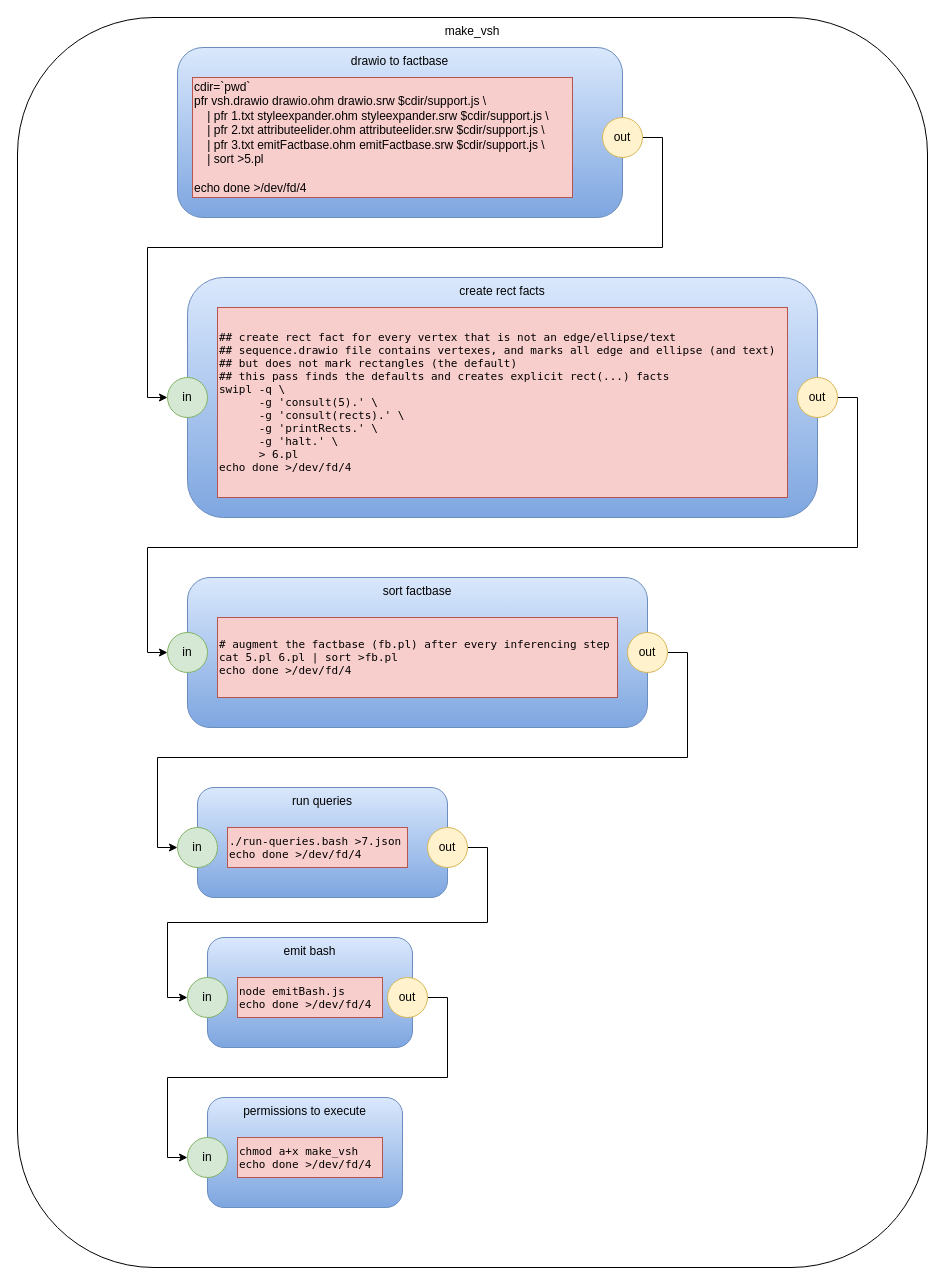
The draw.io diagram vsh.drawio in guitarvydas/vsh, before the edit. Source tidied: cells renumbered, new cells numbered last; positions are measured from the earlier drawing's top-left corner, leaving out a move shared by most shapes. Both pictures are drawn from the tidied source at 100%, with x=0, y=0 at pixel (17, 17).
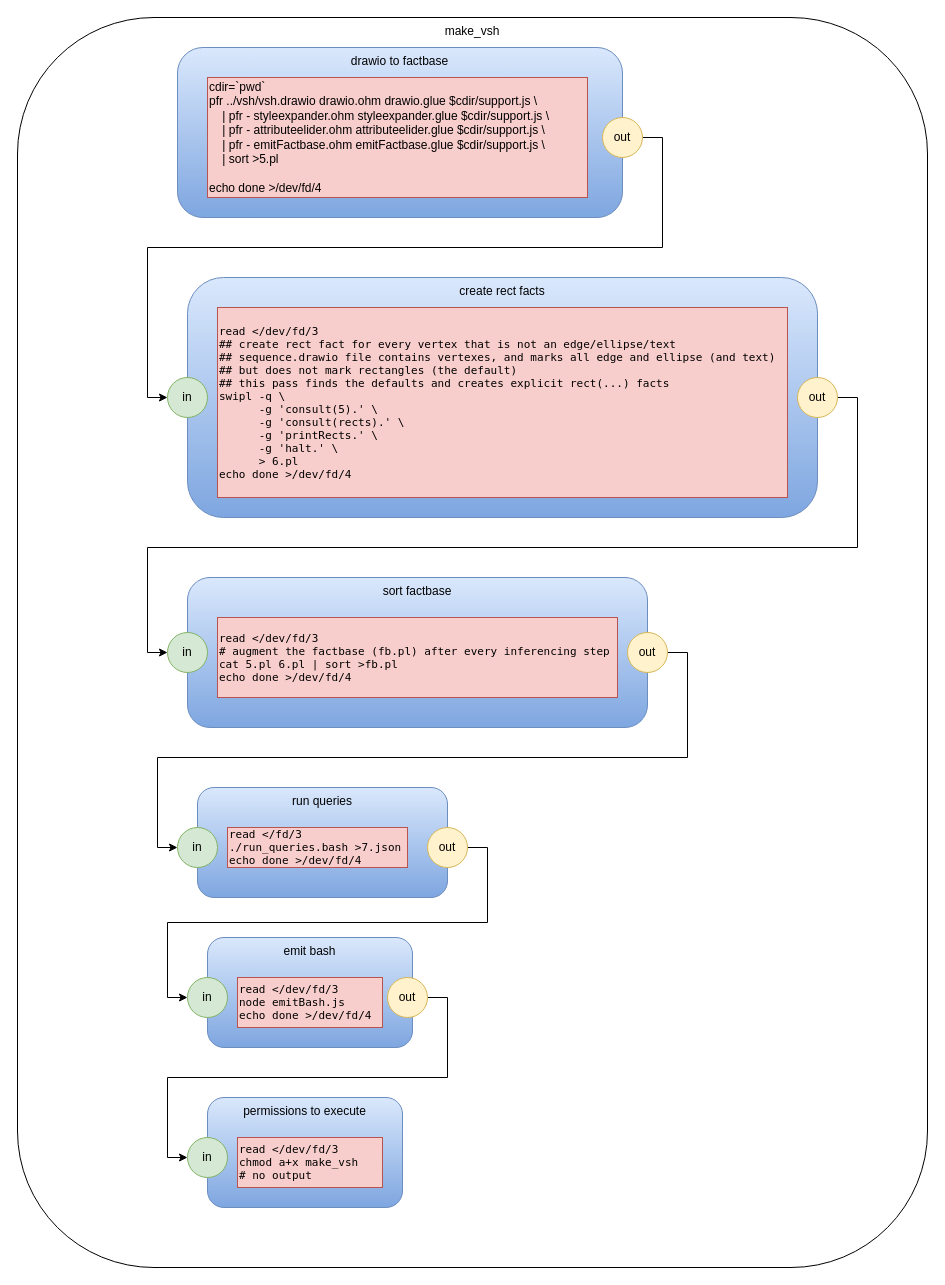
After the change.

Diff of the diagram source:
```diff
@@
-    <mxCell id="4" value="&lt;div&gt;cdir=`pwd`&lt;/div&gt;&lt;div&gt;pfr vsh.drawio drawio.ohm drawio.srw $cdir/support.js \&lt;/div&gt;&lt;div&gt;&amp;nbsp; &amp;nbsp; | pfr 1.txt styleexpander.ohm styleexpander.srw $cdir/support.js \&lt;/div&gt;&lt;div&gt;&amp;nbsp; &amp;nbsp; | pfr 2.txt attributeelider.ohm attributeelider.srw $cdir/support.js \&lt;/div&gt;&lt;div&gt;&amp;nbsp; &amp;nbsp; | pfr 3.txt emitFactbase.ohm emitFactbase.srw $cdir/support.js \&lt;/div&gt;&lt;div&gt;&amp;nbsp; &amp;nbsp; | sort &amp;gt;5.pl&lt;/div&gt;&lt;div&gt;&lt;br&gt;&lt;/div&gt;echo done &amp;gt;/dev/fd/4" style="rounded=0;whiteSpace=wrap;html=1;fillColor=#f8cecc;strokeColor=#b85450;align=left;" parent="1" vertex="1">
-      <mxGeometry x="175" y="60" width="380" height="120" as="geometry" />
+    <mxCell id="4" value="&lt;div&gt;cdir=`pwd`&lt;/div&gt;&lt;div&gt;pfr ../vsh/vsh.drawio drawio.ohm drawio.glue $cdir/support.js \&lt;/div&gt;&lt;div&gt;&amp;nbsp; &amp;nbsp; | pfr - styleexpander.ohm styleexpander.glue $cdir/support.js \&lt;/div&gt;&lt;div&gt;&amp;nbsp; &amp;nbsp; | pfr - attributeelider.ohm attributeelider.glue $cdir/support.js \&lt;/div&gt;&lt;div&gt;&amp;nbsp; &amp;nbsp; | pfr - emitFactbase.ohm emitFactbase.glue $cdir/support.js \&lt;/div&gt;&lt;div&gt;&amp;nbsp; &amp;nbsp; | sort &amp;gt;5.pl&lt;/div&gt;&lt;div&gt;&lt;br&gt;&lt;/div&gt;echo done &amp;gt;/dev/fd/4" style="rounded=0;whiteSpace=wrap;html=1;fillColor=#f8cecc;strokeColor=#b85450;align=left;" parent="1" vertex="1">
+      <mxGeometry x="190" y="60" width="380" height="120" as="geometry" />
     </mxCell>
@@
-    <mxCell id="11" value="&lt;p class=&quot;p1&quot; style=&quot;margin: 0px ; font-stretch: normal ; font-size: 11px ; line-height: normal ; font-family: &amp;#34;menlo&amp;#34;&quot;&gt;&lt;span class=&quot;s1&quot;&gt;## create rect fact for every vertex that is not an edge/ellipse/text&lt;/span&gt;&lt;/p&gt;&lt;p class=&quot;p1&quot; style=&quot;margin: 0px ; font-stretch: normal ; font-size: 11px ; line-height: normal ; font-family: &amp;#34;menlo&amp;#34;&quot;&gt;&lt;span class=&quot;s1&quot;&gt;## sequence.drawio file contains vertexes, and marks all edge and ellipse (and text)&lt;/span&gt;&lt;/p&gt;&lt;p class=&quot;p1&quot; style=&quot;margin: 0px ; font-stretch: normal ; font-size: 11px ; line-height: normal ; font-family: &amp;#34;menlo&amp;#34;&quot;&gt;&lt;span class=&quot;s1&quot;&gt;## but does not mark rectangles (the default)&lt;/span&gt;&lt;/p&gt;&lt;p class=&quot;p1&quot; style=&quot;margin: 0px ; font-stretch: normal ; font-size: 11px ; line-height: normal ; font-family: &amp;#34;menlo&amp;#34;&quot;&gt;&lt;span class=&quot;s1&quot;&gt;## this pass finds the defaults and creates explicit rect(...) facts&lt;/span&gt;&lt;/p&gt;&lt;p class=&quot;p1&quot; style=&quot;margin: 0px ; font-stretch: normal ; font-size: 11px ; line-height: normal ; font-family: &amp;#34;menlo&amp;#34;&quot;&gt;&lt;span class=&quot;s1&quot;&gt;swipl -q \&lt;/span&gt;&lt;/p&gt;&lt;p class=&quot;p1&quot; style=&quot;margin: 0px ; font-stretch: normal ; font-size: 11px ; line-height: normal ; font-family: &amp;#34;menlo&amp;#34;&quot;&gt;&lt;span class=&quot;s1&quot;&gt;&lt;span class=&quot;Apple-converted-space&quot;&gt;&amp;nbsp; &amp;nbsp; &amp;nbsp; &lt;/span&gt;-g 'consult(5).' \&lt;/span&gt;&lt;/p&gt;&lt;p class=&quot;p1&quot; style=&quot;margin: 0px ; font-stretch: normal ; font-size: 11px ; line-height: normal ; font-family: &amp;#34;menlo&amp;#34;&quot;&gt;&lt;span class=&quot;s1&quot;&gt;&lt;span class=&quot;Apple-converted-space&quot;&gt;&amp;nbsp; &amp;nbsp; &amp;nbsp; &lt;/span&gt;-g 'consult(rects).' \&lt;/span&gt;&lt;/p&gt;&lt;p class=&quot;p1&quot; style=&quot;margin: 0px ; font-stretch: normal ; font-size: 11px ; line-height: normal ; font-family: &amp;#34;menlo&amp;#34;&quot;&gt;&lt;span class=&quot;s1&quot;&gt;&lt;span class=&quot;Apple-converted-space&quot;&gt;&amp;nbsp; &amp;nbsp; &amp;nbsp; &lt;/span&gt;-g 'printRects.' \&lt;/span&gt;&lt;/p&gt;&lt;p class=&quot;p1&quot; style=&quot;margin: 0px ; font-stretch: normal ; font-size: 11px ; line-height: normal ; font-family: &amp;#34;menlo&amp;#34;&quot;&gt;&lt;span class=&quot;s1&quot;&gt;&lt;span class=&quot;Apple-converted-space&quot;&gt;&amp;nbsp; &amp;nbsp; &amp;nbsp; &lt;/span&gt;-g 'halt.' \&lt;/span&gt;&lt;/p&gt;&lt;p class=&quot;p1&quot; style=&quot;margin: 0px ; font-stretch: normal ; font-size: 11px ; line-height: normal ; font-family: &amp;#34;menlo&amp;#34;&quot;&gt;&lt;span class=&quot;s1&quot;&gt;&lt;span class=&quot;Apple-converted-space&quot;&gt;&amp;nbsp; &amp;nbsp; &amp;nbsp; &lt;/span&gt;&amp;gt; 6.pl&lt;/span&gt;&lt;/p&gt;&lt;p class=&quot;p2&quot; style=&quot;margin: 0px ; font-stretch: normal ; font-size: 11px ; line-height: normal ; font-family: &amp;#34;menlo&amp;#34; ; min-height: 13px&quot;&gt;&lt;span class=&quot;s1&quot;&gt;&lt;/span&gt;echo done &amp;gt;/dev/fd/4&lt;/p&gt;" style="rounded=0;whiteSpace=wrap;html=1;fillColor=#f8cecc;strokeColor=#b85450;align=left;" parent="1" vertex="1">
+    <mxCell id="11" value="&lt;p class=&quot;p1&quot; style=&quot;margin: 0px ; font-stretch: normal ; font-size: 11px ; line-height: normal ; font-family: &amp;#34;menlo&amp;#34;&quot;&gt;&lt;span class=&quot;s1&quot;&gt;read &amp;lt;/dev/fd/3&lt;/span&gt;&lt;/p&gt;&lt;p class=&quot;p1&quot; style=&quot;margin: 0px ; font-stretch: normal ; font-size: 11px ; line-height: normal ; font-family: &amp;#34;menlo&amp;#34;&quot;&gt;&lt;span class=&quot;s1&quot;&gt;## create rect fact for every vertex that is not an edge/ellipse/text&lt;/span&gt;&lt;/p&gt;&lt;p class=&quot;p1&quot; style=&quot;margin: 0px ; font-stretch: normal ; font-size: 11px ; line-height: normal ; font-family: &amp;#34;menlo&amp;#34;&quot;&gt;&lt;span class=&quot;s1&quot;&gt;## sequence.drawio file contains vertexes, and marks all edge and ellipse (and text)&lt;/span&gt;&lt;/p&gt;&lt;p class=&quot;p1&quot; style=&quot;margin: 0px ; font-stretch: normal ; font-size: 11px ; line-height: normal ; font-family: &amp;#34;menlo&amp;#34;&quot;&gt;&lt;span class=&quot;s1&quot;&gt;## but does not mark rectangles (the default)&lt;/span&gt;&lt;/p&gt;&lt;p class=&quot;p1&quot; style=&quot;margin: 0px ; font-stretch: normal ; font-size: 11px ; line-height: normal ; font-family: &amp;#34;menlo&amp;#34;&quot;&gt;&lt;span class=&quot;s1&quot;&gt;## this pass finds the defaults and creates explicit rect(...) facts&lt;/span&gt;&lt;/p&gt;&lt;p class=&quot;p1&quot; style=&quot;margin: 0px ; font-stretch: normal ; font-size: 11px ; line-height: normal ; font-family: &amp;#34;menlo&amp;#34;&quot;&gt;&lt;span class=&quot;s1&quot;&gt;swipl -q \&lt;/span&gt;&lt;/p&gt;&lt;p class=&quot;p1&quot; style=&quot;margin: 0px ; font-stretch: normal ; font-size: 11px ; line-height: normal ; font-family: &amp;#34;menlo&amp;#34;&quot;&gt;&lt;span class=&quot;s1&quot;&gt;&lt;span class=&quot;Apple-converted-space&quot;&gt;&amp;nbsp; &amp;nbsp; &amp;nbsp; &lt;/span&gt;-g 'consult(5).' \&lt;/span&gt;&lt;/p&gt;&lt;p class=&quot;p1&quot; style=&quot;margin: 0px ; font-stretch: normal ; font-size: 11px ; line-height: normal ; font-family: &amp;#34;menlo&amp;#34;&quot;&gt;&lt;span class=&quot;s1&quot;&gt;&lt;span class=&quot;Apple-converted-space&quot;&gt;&amp;nbsp; &amp;nbsp; &amp;nbsp; &lt;/span&gt;-g 'consult(rects).' \&lt;/span&gt;&lt;/p&gt;&lt;p class=&quot;p1&quot; style=&quot;margin: 0px ; font-stretch: normal ; font-size: 11px ; line-height: normal ; font-family: &amp;#34;menlo&amp;#34;&quot;&gt;&lt;span class=&quot;s1&quot;&gt;&lt;span class=&quot;Apple-converted-space&quot;&gt;&amp;nbsp; &amp;nbsp; &amp;nbsp; &lt;/span&gt;-g 'printRects.' \&lt;/span&gt;&lt;/p&gt;&lt;p class=&quot;p1&quot; style=&quot;margin: 0px ; font-stretch: normal ; font-size: 11px ; line-height: normal ; font-family: &amp;#34;menlo&amp;#34;&quot;&gt;&lt;span class=&quot;s1&quot;&gt;&lt;span class=&quot;Apple-converted-space&quot;&gt;&amp;nbsp; &amp;nbsp; &amp;nbsp; &lt;/span&gt;-g 'halt.' \&lt;/span&gt;&lt;/p&gt;&lt;p class=&quot;p1&quot; style=&quot;margin: 0px ; font-stretch: normal ; font-size: 11px ; line-height: normal ; font-family: &amp;#34;menlo&amp;#34;&quot;&gt;&lt;span class=&quot;s1&quot;&gt;&lt;span class=&quot;Apple-converted-space&quot;&gt;&amp;nbsp; &amp;nbsp; &amp;nbsp; &lt;/span&gt;&amp;gt; 6.pl&lt;/span&gt;&lt;/p&gt;&lt;p class=&quot;p2&quot; style=&quot;margin: 0px ; font-stretch: normal ; font-size: 11px ; line-height: normal ; font-family: &amp;#34;menlo&amp;#34; ; min-height: 13px&quot;&gt;&lt;span class=&quot;s1&quot;&gt;&lt;/span&gt;echo done &amp;gt;/dev/fd/4&lt;/p&gt;" style="rounded=0;whiteSpace=wrap;html=1;fillColor=#f8cecc;strokeColor=#b85450;align=left;" parent="1" vertex="1">
       <mxGeometry x="200" y="290" width="570" height="190" as="geometry" />
     </mxCell>
@@
-    <mxCell id="16" value="&lt;p class=&quot;p1&quot; style=&quot;margin: 0px ; font-stretch: normal ; font-size: 11px ; line-height: normal ; font-family: &amp;#34;menlo&amp;#34;&quot;&gt;&lt;span class=&quot;s1&quot;&gt;# augment the factbase (fb.pl) after every inferencing step&lt;/span&gt;&lt;/p&gt;&lt;p class=&quot;p1&quot; style=&quot;margin: 0px ; font-stretch: normal ; font-size: 11px ; line-height: normal ; font-family: &amp;#34;menlo&amp;#34;&quot;&gt;&lt;span class=&quot;s1&quot;&gt;cat 5.pl 6.pl | sort &amp;gt;fb.pl&lt;/span&gt;&lt;/p&gt;&lt;p class=&quot;p2&quot; style=&quot;margin: 0px ; font-stretch: normal ; font-size: 11px ; line-height: normal ; font-family: &amp;#34;menlo&amp;#34; ; min-height: 13px&quot;&gt;&lt;span class=&quot;s1&quot;&gt;&lt;/span&gt;echo done &amp;gt;/dev/fd/4&lt;br&gt;&lt;/p&gt;" style="rounded=0;whiteSpace=wrap;html=1;fillColor=#f8cecc;strokeColor=#b85450;align=left;" parent="1" vertex="1">
+    <mxCell id="16" value="&lt;p class=&quot;p1&quot; style=&quot;margin: 0px ; font-stretch: normal ; font-size: 11px ; line-height: normal ; font-family: &amp;#34;menlo&amp;#34;&quot;&gt;&lt;span class=&quot;s1&quot;&gt;read &amp;lt;/dev/fd/3&lt;/span&gt;&lt;/p&gt;&lt;p class=&quot;p1&quot; style=&quot;margin: 0px ; font-stretch: normal ; font-size: 11px ; line-height: normal ; font-family: &amp;#34;menlo&amp;#34;&quot;&gt;&lt;span class=&quot;s1&quot;&gt;# augment the factbase (fb.pl) after every inferencing step&lt;/span&gt;&lt;/p&gt;&lt;p class=&quot;p1&quot; style=&quot;margin: 0px ; font-stretch: normal ; font-size: 11px ; line-height: normal ; font-family: &amp;#34;menlo&amp;#34;&quot;&gt;&lt;span class=&quot;s1&quot;&gt;cat 5.pl 6.pl | sort &amp;gt;fb.pl&lt;/span&gt;&lt;/p&gt;&lt;p class=&quot;p2&quot; style=&quot;margin: 0px ; font-stretch: normal ; font-size: 11px ; line-height: normal ; font-family: &amp;#34;menlo&amp;#34; ; min-height: 13px&quot;&gt;&lt;span class=&quot;s1&quot;&gt;&lt;/span&gt;echo done &amp;gt;/dev/fd/4&lt;br&gt;&lt;/p&gt;" style="rounded=0;whiteSpace=wrap;html=1;fillColor=#f8cecc;strokeColor=#b85450;align=left;" parent="1" vertex="1">
       <mxGeometry x="200" y="600" width="400" height="80" as="geometry" />
     </mxCell>
@@
-    <mxCell id="21" value="&lt;p class=&quot;p1&quot; style=&quot;margin: 0px ; font-stretch: normal ; font-size: 11px ; line-height: normal ; font-family: &amp;#34;menlo&amp;#34;&quot;&gt;&lt;span class=&quot;s1&quot;&gt;./run-queries.bash &amp;gt;7.json&lt;/span&gt;&lt;/p&gt;&lt;p class=&quot;p1&quot; style=&quot;margin: 0px ; font-stretch: normal ; font-size: 11px ; line-height: normal ; font-family: &amp;#34;menlo&amp;#34;&quot;&gt;&lt;span class=&quot;s1&quot;&gt;echo done &amp;gt;/dev/fd/4&lt;br&gt;&lt;/span&gt;&lt;/p&gt;" style="rounded=0;whiteSpace=wrap;html=1;fillColor=#f8cecc;strokeColor=#b85450;align=left;" parent="1" vertex="1">
+    <mxCell id="21" value="&lt;p class=&quot;p1&quot; style=&quot;margin: 0px ; font-stretch: normal ; font-size: 11px ; line-height: normal ; font-family: &amp;#34;menlo&amp;#34;&quot;&gt;&lt;span class=&quot;s1&quot;&gt;read &amp;lt;/fd/3&lt;/span&gt;&lt;/p&gt;&lt;p class=&quot;p1&quot; style=&quot;margin: 0px ; font-stretch: normal ; font-size: 11px ; line-height: normal ; font-family: &amp;#34;menlo&amp;#34;&quot;&gt;&lt;span class=&quot;s1&quot;&gt;./run_queries.bash &amp;gt;7.json&lt;/span&gt;&lt;/p&gt;&lt;p class=&quot;p1&quot; style=&quot;margin: 0px ; font-stretch: normal ; font-size: 11px ; line-height: normal ; font-family: &amp;#34;menlo&amp;#34;&quot;&gt;&lt;span class=&quot;s1&quot;&gt;echo done &amp;gt;/dev/fd/4&lt;br&gt;&lt;/span&gt;&lt;/p&gt;" style="rounded=0;whiteSpace=wrap;html=1;fillColor=#f8cecc;strokeColor=#b85450;align=left;" parent="1" vertex="1">
       <mxGeometry x="210" y="810" width="180" height="40" as="geometry" />
     </mxCell>
@@
-    <mxCell id="26" value="&lt;p class=&quot;p1&quot; style=&quot;margin: 0px ; font-stretch: normal ; font-size: 11px ; line-height: normal ; font-family: &amp;#34;menlo&amp;#34;&quot;&gt;&lt;span class=&quot;s1&quot;&gt;node emitBash.js&lt;/span&gt;&lt;/p&gt;&lt;p class=&quot;p1&quot; style=&quot;margin: 0px ; font-stretch: normal ; font-size: 11px ; line-height: normal ; font-family: &amp;#34;menlo&amp;#34;&quot;&gt;&lt;span class=&quot;s1&quot;&gt;echo done &amp;gt;/dev/fd/4&lt;br&gt;&lt;/span&gt;&lt;/p&gt;" style="rounded=0;whiteSpace=wrap;html=1;fillColor=#f8cecc;strokeColor=#b85450;align=left;" parent="1" vertex="1">
-      <mxGeometry x="220" y="960" width="145" height="40" as="geometry" />
+    <mxCell id="26" value="&lt;p class=&quot;p1&quot; style=&quot;margin: 0px ; font-stretch: normal ; font-size: 11px ; line-height: normal ; font-family: &amp;#34;menlo&amp;#34;&quot;&gt;&lt;span class=&quot;s1&quot;&gt;read &amp;lt;/dev/fd/3&lt;/span&gt;&lt;/p&gt;&lt;p class=&quot;p1&quot; style=&quot;margin: 0px ; font-stretch: normal ; font-size: 11px ; line-height: normal ; font-family: &amp;#34;menlo&amp;#34;&quot;&gt;&lt;span class=&quot;s1&quot;&gt;node emitBash.js&lt;/span&gt;&lt;/p&gt;&lt;p class=&quot;p1&quot; style=&quot;margin: 0px ; font-stretch: normal ; font-size: 11px ; line-height: normal ; font-family: &amp;#34;menlo&amp;#34;&quot;&gt;&lt;span class=&quot;s1&quot;&gt;echo done &amp;gt;/dev/fd/4&lt;br&gt;&lt;/span&gt;&lt;/p&gt;" style="rounded=0;whiteSpace=wrap;html=1;fillColor=#f8cecc;strokeColor=#b85450;align=left;" parent="1" vertex="1">
+      <mxGeometry x="220" y="960" width="145" height="50" as="geometry" />
     </mxCell>
@@
-    <mxCell id="29" value="&lt;p class=&quot;p1&quot; style=&quot;margin: 0px ; font-stretch: normal ; font-size: 11px ; line-height: normal ; font-family: &amp;#34;menlo&amp;#34;&quot;&gt;&lt;span class=&quot;s1&quot;&gt;chmod a+x make_vsh&lt;/span&gt;&lt;/p&gt;&lt;p class=&quot;p1&quot; style=&quot;margin: 0px ; font-stretch: normal ; font-size: 11px ; line-height: normal ; font-family: &amp;#34;menlo&amp;#34;&quot;&gt;&lt;span class=&quot;s1&quot;&gt;echo done &amp;gt;/dev/fd/4&lt;br&gt;&lt;/span&gt;&lt;/p&gt;" style="rounded=0;whiteSpace=wrap;html=1;fillColor=#f8cecc;strokeColor=#b85450;align=left;" parent="1" vertex="1">
-      <mxGeometry x="220" y="1120" width="145" height="40" as="geometry" />
+    <mxCell id="29" value="&lt;p class=&quot;p1&quot; style=&quot;margin: 0px ; font-stretch: normal ; font-size: 11px ; line-height: normal ; font-family: &amp;#34;menlo&amp;#34;&quot;&gt;&lt;span class=&quot;s1&quot;&gt;read &amp;lt;/dev/fd/3&lt;/span&gt;&lt;/p&gt;&lt;p class=&quot;p1&quot; style=&quot;margin: 0px ; font-stretch: normal ; font-size: 11px ; line-height: normal ; font-family: &amp;#34;menlo&amp;#34;&quot;&gt;&lt;span class=&quot;s1&quot;&gt;chmod a+x make_vsh&lt;/span&gt;&lt;/p&gt;&lt;p class=&quot;p1&quot; style=&quot;margin: 0px ; font-stretch: normal ; font-size: 11px ; line-height: normal ; font-family: &amp;#34;menlo&amp;#34;&quot;&gt;&lt;span class=&quot;s1&quot;&gt;# no output&lt;/span&gt;&lt;/p&gt;" style="rounded=0;whiteSpace=wrap;html=1;fillColor=#f8cecc;strokeColor=#b85450;align=left;" parent="1" vertex="1">
+      <mxGeometry x="220" y="1120" width="145" height="50" as="geometry" />
     </mxCell>
```
